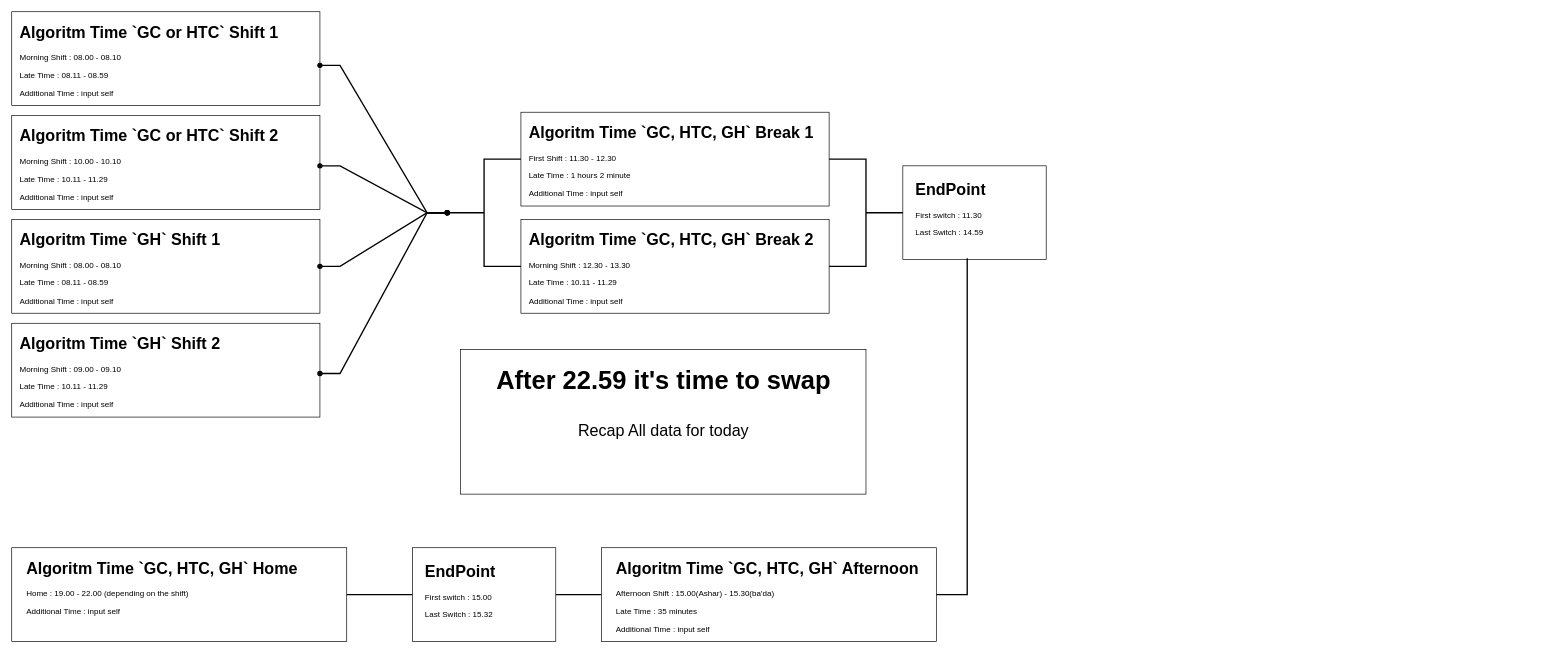
ourobyte/drawio-stars keeps this draw.io diagram as skenario-absen.drawio. Above is the earlier version. Source tidied: cells renumbered, new cells numbered last; positions are measured from the earlier drawing's top-left corner, leaving out a move shared by most shapes. Both pictures are drawn from the tidied source at 67%, with x=0, y=0 at pixel (11, 11).
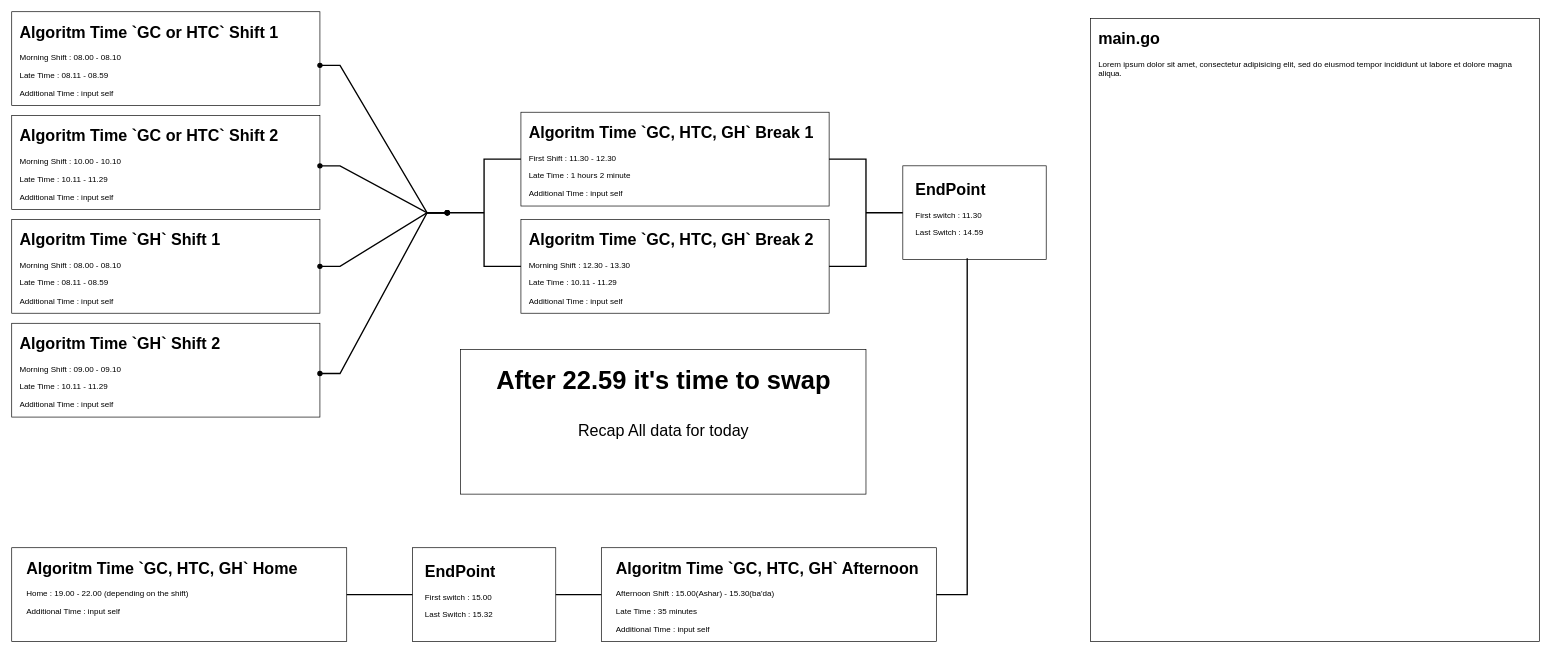
The same diagram, later.

Change to the diagram source:
```diff
@@
+    <mxCell id="46" style="group;" parent="1" vertex="1">
+      <mxGeometry x="1610" y="10" width="670" height="930" as="geometry" />
+    </mxCell>
+    <mxCell id="47" style="rounded=0;whiteSpace=wrap;html=1;" parent="46" vertex="1">
+      <mxGeometry width="670" height="930" as="geometry" />
+    </mxCell>
+    <mxCell id="48" value="&lt;h1 style=&quot;margin-top: 0px;&quot;&gt;main.go&lt;/h1&gt;&lt;p&gt;Lorem ipsum dolor sit amet, consectetur adipisicing elit, sed do eiusmod tempor incididunt ut labore et dolore magna aliqua.&lt;/p&gt;" style="text;html=1;whiteSpace=wrap;overflow=hidden;rounded=0;" parent="46" vertex="1">
+      <mxGeometry x="10" y="10" width="650" height="910" as="geometry" />
+    </mxCell>
```
